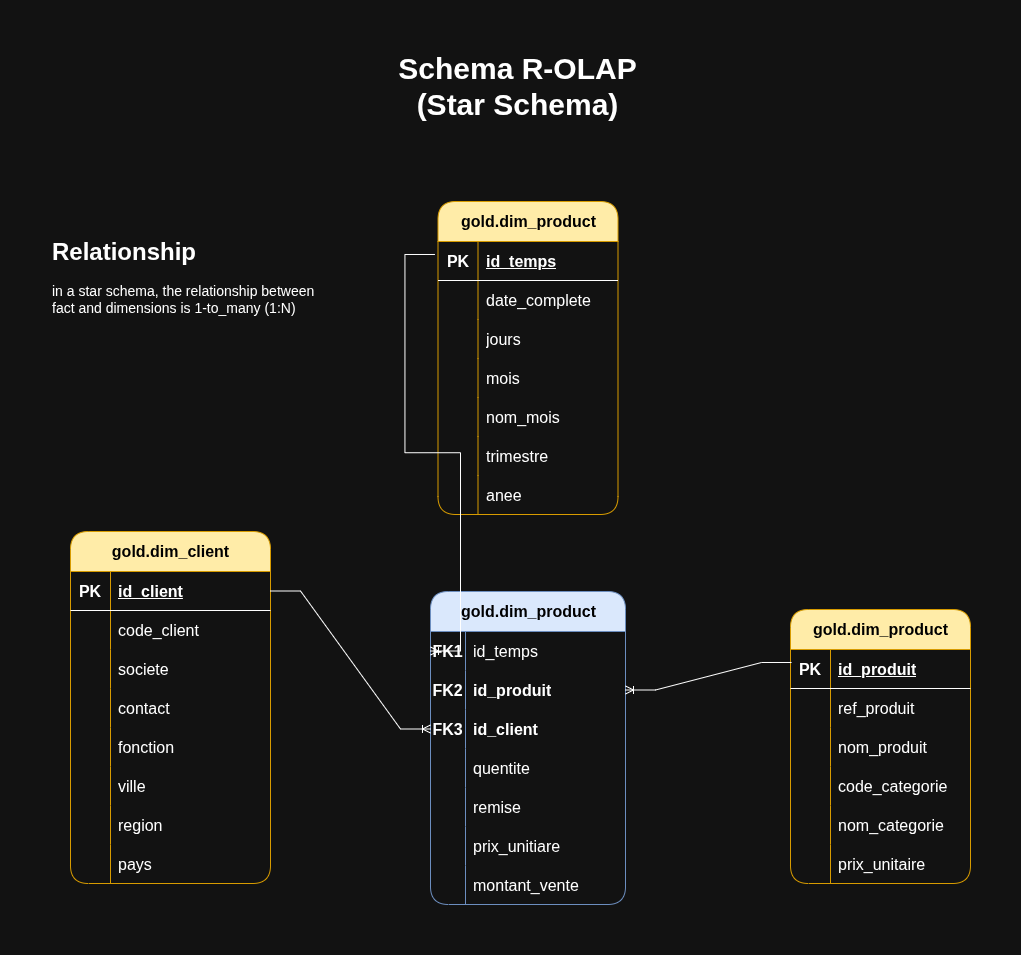
Above: Docs/Data_Model.drawio.png in Mahdi88BH/Comptoire-DWH (draw.io), before the change. Source tidied: cells renumbered, new cells last; positions are measured from the earlier drawing's top-left corner, leaving out a move shared by most shapes.
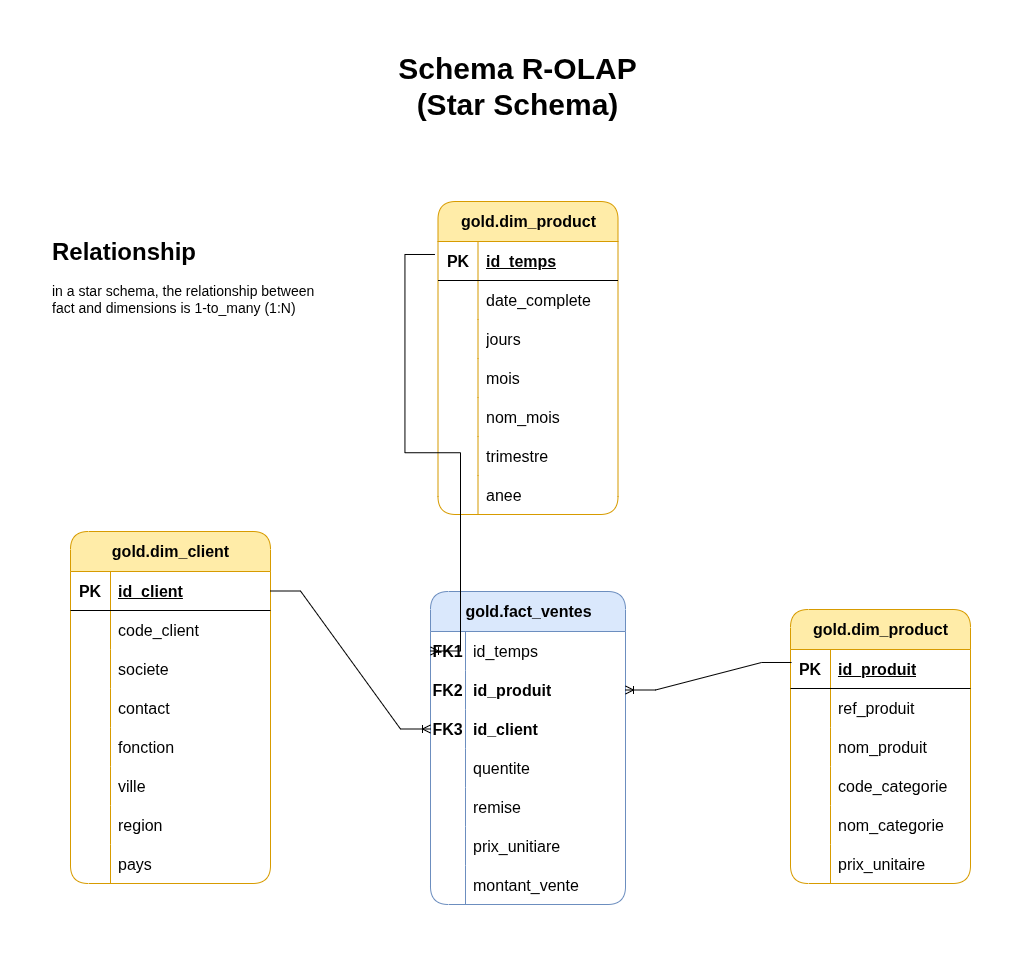
The same file after the commit.

What changed in the source:
```diff
@@ -140,7 +140,7 @@
     <mxCell id="47" value="prix_unitaire" style="shape=partialRectangle;fillColor=none;top=0;left=0;bottom=0;right=0;align=left;spacingLeft=6;overflow=hidden;whiteSpace=wrap;html=1;fontSize=16;" parent="45" vertex="1">
       <mxGeometry x="40" width="140" height="39" as="geometry" />
     </mxCell>
-    <mxCell id="48" value="&lt;font style=&quot;color: rgb(0, 0, 0);&quot;&gt;gold.dim_product&lt;/font&gt;" style="shape=table;startSize=40;rowLines=0;fontStyle=1;align=center;html=1;fontSize=16;fillColor=#dae8fc;strokeColor=#6c8ebf;rounded=1;" parent="1" vertex="1">
+    <mxCell id="48" value="&lt;font style=&quot;color: rgb(0, 0, 0);&quot;&gt;gold.fact_ventes&lt;/font&gt;" style="shape=table;startSize=40;rowLines=0;fontStyle=1;align=center;html=1;fontSize=16;fillColor=#dae8fc;strokeColor=#6c8ebf;rounded=1;" parent="1" vertex="1">
       <mxGeometry x="380" y="520" width="195" height="313" as="geometry" />
     </mxCell>
     <mxCell id="49" style="shape=tableRow;horizontal=0;startSize=0;swimlaneHead=0;swimlaneBody=0;fillColor=none;points=[[0,0.5],[1,0.5]];portConstraint=eastwest;top=0;left=0;right=0;bottom=0;fontSize=16;" parent="48" vertex="1">
```
